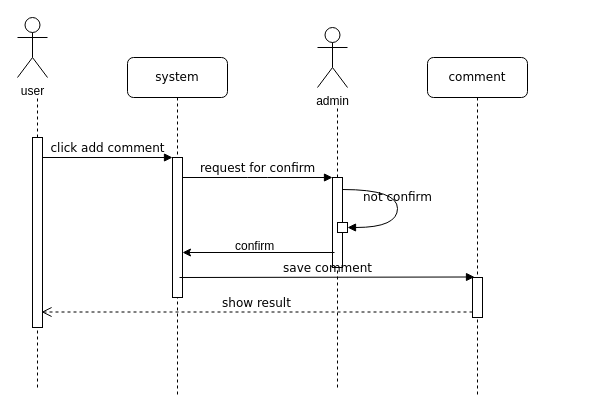
Earlier version of the draw.io diagram sequence/comment.drawio (aenad/iut_foods). Source tidied: cells renumbered, new cells numbered last; positions are measured from the earlier drawing's top-left corner, leaving out a move shared by most shapes. Both pictures are drawn from the tidied source at 100%, with x=0, y=0 at pixel (17, 17).
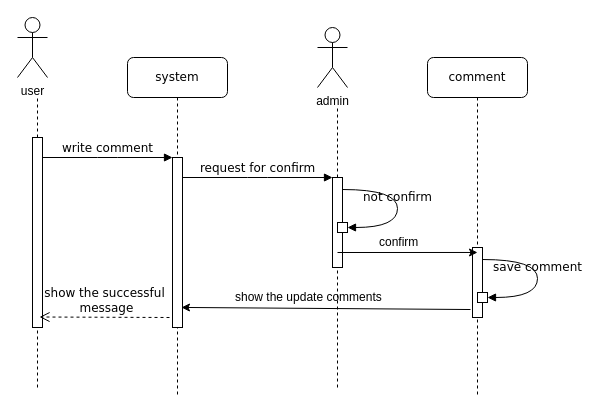
Above is the later version.

Unchanged cells that the change refers to:
```xml
<mxCell id="2" value="system" style="shape=umlLifeline;perimeter=lifelinePerimeter;whiteSpace=wrap;html=1;rounded=1;shadow=0;comic=0;labelBackgroundColor=none;strokeColor=#000000;strokeWidth=1;fillColor=#FFFFFF;fontFamily=Verdana;fontSize=12;fontColor=#000000;align=center;" parent="1" vertex="1">
  <mxGeometry x="110" y="40" width="100" height="340" as="geometry" />
</mxCell>
```

Diff of the diagram source:
```diff
@@
     <mxCell id="3" style="html=1;points=[];perimeter=orthogonalPerimeter;rounded=0;shadow=0;comic=0;labelBackgroundColor=none;strokeColor=#000000;strokeWidth=1;fillColor=#FFFFFF;fontFamily=Verdana;fontSize=12;fontColor=#000000;align=center;" parent="2" vertex="1">
-      <mxGeometry x="45" y="100" width="10" height="140" as="geometry" />
+      <mxGeometry x="45" y="100" width="10" height="170" as="geometry" />
     </mxCell>
@@
     <mxCell id="5" style="html=1;points=[];perimeter=orthogonalPerimeter;rounded=0;shadow=0;comic=0;labelBackgroundColor=none;strokeColor=#000000;strokeWidth=1;fillColor=#FFFFFF;fontFamily=Verdana;fontSize=12;fontColor=#000000;align=center;" parent="1" vertex="1">
-      <mxGeometry x="455" y="260" width="10" height="40" as="geometry" />
+      <mxGeometry x="455" y="230" width="10" height="70" as="geometry" />
     </mxCell>
-    <mxCell id="6" value="click add comment" style="html=1;verticalAlign=bottom;endArrow=block;entryX=0;entryY=0;labelBackgroundColor=none;fontFamily=Verdana;fontSize=12;edgeStyle=elbowEdgeStyle;elbow=vertical;" parent="1" edge="1" target="3">
+    <mxCell id="6" value="write comment" style="html=1;verticalAlign=bottom;endArrow=block;entryX=0;entryY=0;labelBackgroundColor=none;fontFamily=Verdana;fontSize=12;edgeStyle=elbowEdgeStyle;elbow=vertical;" parent="1" edge="1" target="3">
       <mxGeometry relative="1" as="geometry">
         <mxPoint x="25" y="140" as="sourcePoint" />
       </mxGeometry>
     </mxCell>
@@
-    <mxCell id="18" style="endArrow=classic;html=1;exitX=0.2;exitY=0.429;exitDx=0;exitDy=0;exitPerimeter=0;" parent="1" edge="1">
+    <mxCell id="18" style="endArrow=classic;html=1;entryX=0.5;entryY=0.071;entryDx=0;entryDy=0;entryPerimeter=0;" parent="1" edge="1" target="5">
       <mxGeometry relative="1" as="geometry">
-        <mxPoint x="317" y="235" as="sourcePoint" />
-        <mxPoint x="165" y="235" as="targetPoint" />
+        <mxPoint x="320" y="235" as="sourcePoint" />
       </mxGeometry>
     </mxCell>
     <mxCell id="19" value="confirm&amp;nbsp;" style="text;html=1;align=left;verticalAlign=top;spacingTop=-4;" parent="1" vertex="1">
-      <mxGeometry x="216" y="219" width="60" height="20" as="geometry" />
+      <mxGeometry x="360" y="215" width="60" height="20" as="geometry" />
     </mxCell>
+    <mxCell id="22" value="&lt;span&gt;show the successful&lt;br&gt;&amp;nbsp;message&lt;/span&gt;" style="html=1;verticalAlign=bottom;endArrow=open;dashed=1;endSize=8;labelBackgroundColor=none;fontFamily=Verdana;fontSize=12;edgeStyle=elbowEdgeStyle;elbow=vertical;" parent="1" edge="1">
+      <mxGeometry relative="1" as="geometry">
+        <mxPoint x="152" y="300" as="sourcePoint" />
+        <mxPoint x="22" y="300" as="targetPoint" />
+        <Array as="points">
+          <mxPoint x="132" y="299.5" />
+          <mxPoint x="162" y="299.5" />
+        </Array>
+      </mxGeometry>
+    </mxCell>
+    <mxCell id="23" style="endArrow=classic;html=1;exitX=-0.2;exitY=0.886;exitDx=0;exitDy=0;exitPerimeter=0;entryX=0.9;entryY=0.882;entryDx=0;entryDy=0;entryPerimeter=0;" parent="1" edge="1" source="5" target="3">
+      <mxGeometry relative="1" as="geometry" />
+    </mxCell>
+    <mxCell id="24" value="show the update comments" style="text;html=1;align=left;verticalAlign=top;spacingTop=-4;" parent="1" vertex="1">
+      <mxGeometry x="216" y="270" width="160" height="20" as="geometry" />
+    </mxCell>
-    <mxCell id="20" value="save comment" style="html=1;verticalAlign=bottom;endArrow=block;entryX=0;entryY=0;labelBackgroundColor=none;fontFamily=Verdana;fontSize=12;" parent="1" edge="1">
+    <mxCell id="20" value="save comment" style="html=1;verticalAlign=bottom;endArrow=block;labelBackgroundColor=none;fontFamily=Verdana;fontSize=12;elbow=vertical;edgeStyle=orthogonalEdgeStyle;curved=1;entryX=1;entryY=0.286;entryPerimeter=0;exitX=1.038;exitY=0.345;exitPerimeter=0;" parent="1" edge="1">
       <mxGeometry relative="1" as="geometry">
-        <mxPoint x="162" y="260" as="sourcePoint" />
-        <mxPoint x="457" y="259.5" as="targetPoint" />
+        <mxPoint x="465" y="242" as="sourcePoint" />
+        <mxPoint x="470" y="280" as="targetPoint" />
+        <Array as="points">
+          <mxPoint x="520" y="242" />
+          <mxPoint x="520" y="280" />
+        </Array>
       </mxGeometry>
     </mxCell>
-    <mxCell id="21" value="show result" style="html=1;verticalAlign=bottom;endArrow=open;dashed=1;endSize=8;labelBackgroundColor=none;fontFamily=Verdana;fontSize=12;edgeStyle=elbowEdgeStyle;elbow=vertical;" parent="1" edge="1">
-      <mxGeometry relative="1" as="geometry">
-        <mxPoint x="455" y="294.5" as="sourcePoint" />
-        <mxPoint x="24" y="295" as="targetPoint" />
-        <Array as="points">
-          <mxPoint x="400" y="294.5" />
-          <mxPoint x="430" y="294.5" />
-        </Array>
-      </mxGeometry>
-    </mxCell>
+    <mxCell id="25" style="whiteSpace=wrap;html=1;" parent="1" vertex="1">
+      <mxGeometry x="460" y="275" width="10" height="10" as="geometry" />
+    </mxCell>
```
